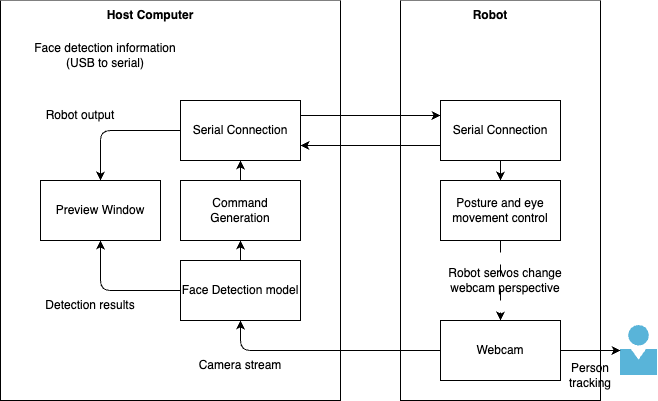
Smengerl/Camera_Follower_Bot keeps this draw.io diagram as hardware.png. Above is the earlier version. Source tidied: cells renumbered, new cells last; positions are measured from the earlier drawing's top-left corner, leaving out a move shared by most shapes.
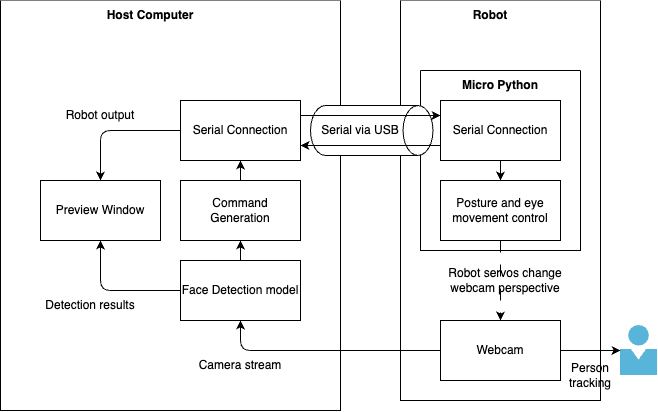
Later version of the same file.

Commit message:
Added USB connectors to schematics

What changed in the source:
```diff
@@ -26,8 +26,24 @@
     <mxCell id="9" value="Serial Connection" style="rounded=0;whiteSpace=wrap;html=1;" parent="2" vertex="1">
       <mxGeometry x="40" y="100" width="120" height="60" as="geometry" />
     </mxCell>
+    <mxCell id="30" style="swimlane;startSize=0;swimlaneFillColor=none;" parent="2" vertex="1">
+      <mxGeometry x="20" y="70" width="160" height="180" as="geometry" />
+    </mxCell>
+    <mxCell id="31" value="Micro Python" style="text;html=1;align=center;verticalAlign=middle;whiteSpace=wrap;rounded=0;fontStyle=1;" parent="30" vertex="1">
+      <mxGeometry x="10" width="140" height="30" as="geometry" />
+    </mxCell>
+    <mxCell id="32" style="edgeStyle=none;html=1;dashed=1;dashPattern=12 12;exitX=0.5;exitY=1;exitDx=0;exitDy=0;entryX=0.5;entryY=0;entryDx=0;entryDy=0;" parent="30" edge="1" target="x">
+      <mxGeometry relative="1" as="geometry">
+        <mxPoint x="100" y="240" as="sourcePoint" />
+      </mxGeometry>
+    </mxCell>
+    <mxCell id="33" style="edgeStyle=none;html=1;" parent="30" edge="1" target="x">
+      <mxGeometry relative="1" as="geometry">
+        <mxPoint x="100" y="160" as="sourcePoint" />
+      </mxGeometry>
+    </mxCell>
     <mxCell id="10" style="swimlane;startSize=0;fillStyle=solid;swimlaneFillColor=default;fillColor=default;" parent="1" vertex="1">
-      <mxGeometry width="340" height="400" as="geometry" />
+      <mxGeometry width="340" height="410" as="geometry" />
     </mxCell>
     <mxCell id="11" value="Host Computer" style="text;html=1;align=center;verticalAlign=middle;whiteSpace=wrap;rounded=0;fontStyle=1;" parent="10" vertex="1">
       <mxGeometry width="300" height="30" as="geometry" />
@@ -41,9 +57,6 @@
     <mxCell id="14" value="Face Detection model" style="rounded=0;whiteSpace=wrap;html=1;" parent="10" vertex="1">
       <mxGeometry x="180" y="260" width="120" height="60" as="geometry" />
     </mxCell>
-    <mxCell id="15" value="Face detection information (USB to serial)" style="text;html=1;align=center;verticalAlign=middle;whiteSpace=wrap;rounded=0;" parent="10" vertex="1">
-      <mxGeometry x="25" y="40" width="160" height="30" as="geometry" />
-    </mxCell>
     <mxCell id="16" value="Command Generation" style="rounded=0;whiteSpace=wrap;html=1;" parent="10" vertex="1">
       <mxGeometry x="180" y="180" width="120" height="60" as="geometry" />
     </mxCell>
@@ -57,7 +70,7 @@
       <mxGeometry x="10" y="290" width="160" height="30" as="geometry" />
     </mxCell>
     <mxCell id="20" value="Robot output" style="text;html=1;align=center;verticalAlign=middle;whiteSpace=wrap;rounded=0;" parent="10" vertex="1">
-      <mxGeometry y="100" width="160" height="30" as="geometry" />
+      <mxGeometry x="20" y="100" width="160" height="30" as="geometry" />
     </mxCell>
     <mxCell id="21" style="image;sketch=0;html=1;points=[];align=center;fontSize=12;image=img/lib/mscae/Person.svg;" parent="1" vertex="1">
       <mxGeometry x="620" y="325" width="37" height="50" as="geometry" />
@@ -85,18 +98,24 @@
         </Array>
       </mxGeometry>
     </mxCell>
+    <mxCell id="28" style="edgeStyle=none;html=1;entryX=0.5;entryY=0;entryDx=0;entryDy=0;exitX=0;exitY=0.5;exitDx=0;exitDy=0;" parent="1" edge="1" source="17" target="25">
+      <mxGeometry relative="1" as="geometry">
+        <Array as="points">
+          <mxPoint x="100" y="130" />
+        </Array>
+      </mxGeometry>
+    </mxCell>
+    <mxCell id="34" style="shape=cylinder3;whiteSpace=wrap;html=1;boundedLbl=1;backgroundOutline=1;size=15;rotation=90;" parent="1" vertex="1">
+      <mxGeometry x="346.2" y="68.8" width="50" height="122.5" as="geometry" />
+    </mxCell>
     <mxCell id="27" style="edgeStyle=none;html=1;entryX=0;entryY=0.25;entryDx=0;entryDy=0;exitX=1;exitY=0.25;exitDx=0;exitDy=0;" parent="1" edge="1" source="17" target="9">
       <mxGeometry relative="1" as="geometry" />
     </mxCell>
-    <mxCell id="28" style="edgeStyle=none;html=1;entryX=0.5;entryY=0;entryDx=0;entryDy=0;exitX=0;exitY=0.5;exitDx=0;exitDy=0;" parent="1" edge="1" source="17" target="25">
-      <mxGeometry relative="1" as="geometry">
-        <Array as="points">
-          <mxPoint x="100" y="130" />
-        </Array>
-      </mxGeometry>
-    </mxCell>
     <mxCell id="29" style="edgeStyle=none;html=1;exitX=0;exitY=0.75;exitDx=0;exitDy=0;entryX=1;entryY=0.75;entryDx=0;entryDy=0;" parent="1" edge="1" source="9" target="17">
       <mxGeometry relative="1" as="geometry" />
     </mxCell>
+    <mxCell id="15" value="Serial via USB" style="text;html=1;align=center;verticalAlign=middle;whiteSpace=wrap;rounded=0;" parent="1" vertex="1">
+      <mxGeometry x="280" y="115" width="160" height="30" as="geometry" />
+    </mxCell>
   </root>
 </mxGraphModel>
```
